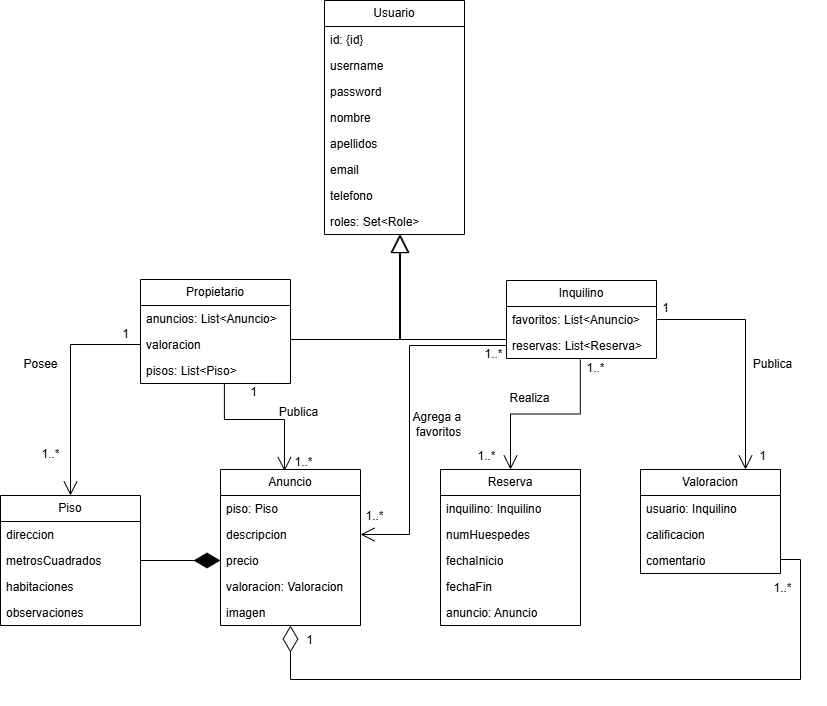
pablocamara9/Flatbnb keeps this draw.io diagram as Modelo de datos flatbnb.png. Above is the earlier version. Source tidied: cells renumbered, new cells last; positions are measured from the earlier drawing's top-left corner, leaving out a move shared by most shapes.
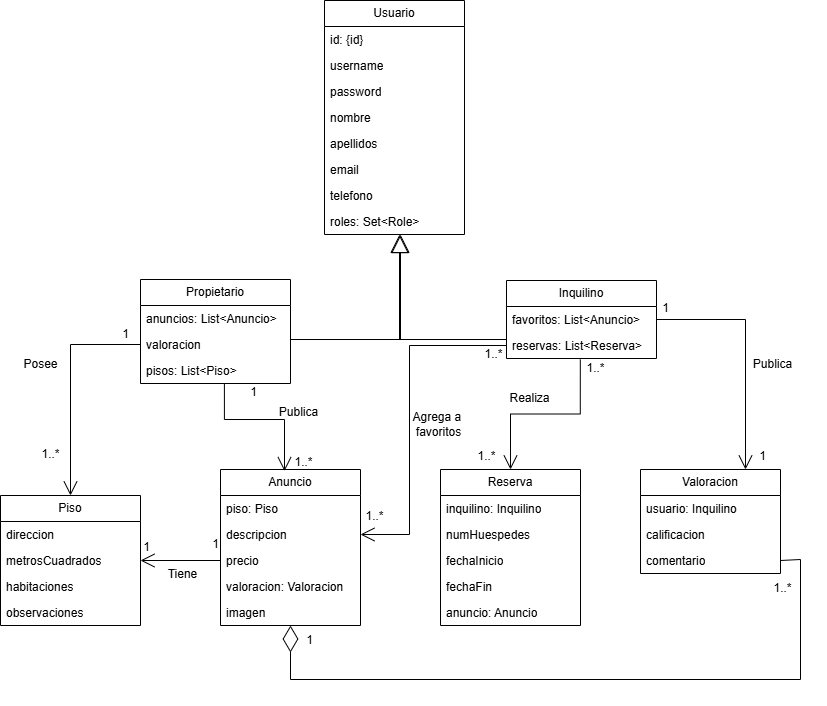
The same file after the commit.

Commit message:
Cambio en el modelo de datos.

Change to the diagram source:
```diff
@@ -164,9 +164,6 @@
     <mxCell id="48" value="Publica" style="text;html=1;align=center;verticalAlign=middle;strokeColor=none;fillColor=none;" parent="1" vertex="1">
       <mxGeometry x="268" y="397" width="60" height="30" as="geometry" />
     </mxCell>
-    <mxCell id="49" style="endArrow=diamondThin;endFill=1;endSize=24;html=1;rounded=0;entryX=0;entryY=0.5;entryDx=0;entryDy=0;exitX=1;exitY=0.5;exitDx=0;exitDy=0;" parent="1" edge="1" source="22" target="28">
-      <mxGeometry relative="1" as="geometry" />
-    </mxCell>
     <mxCell id="50" style="endArrow=open;endFill=1;endSize=12;html=1;rounded=0;entryX=0.75;entryY=0;entryDx=0;entryDy=0;exitX=1;exitY=0.5;exitDx=0;exitDy=0;edgeStyle=orthogonalEdgeStyle;" parent="1" edge="1" source="16" target="37">
       <mxGeometry relative="1" as="geometry" />
     </mxCell>
@@ -224,5 +221,17 @@
     <mxCell id="64" value="1..*" style="text;html=1;align=center;verticalAlign=middle;strokeColor=none;fillColor=none;" parent="1" vertex="1">
       <mxGeometry x="354" y="501" width="40" height="30" as="geometry" />
     </mxCell>
+    <mxCell id="65" style="endArrow=open;endFill=1;endSize=12;html=1;rounded=0;entryX=1;entryY=0.5;entryDx=0;entryDy=0;exitX=0;exitY=0.5;exitDx=0;exitDy=0;" parent="1" edge="1" source="28" target="22">
+      <mxGeometry relative="1" as="geometry" />
+    </mxCell>
+    <mxCell id="66" value="1" style="text;html=1;align=center;verticalAlign=middle;strokeColor=none;fillColor=none;" parent="1" vertex="1">
+      <mxGeometry x="131" y="532" width="30" height="30" as="geometry" />
+    </mxCell>
+    <mxCell id="67" value="1" style="text;html=1;align=center;verticalAlign=middle;strokeColor=none;fillColor=none;" parent="1" vertex="1">
+      <mxGeometry x="200" y="529" width="30" height="30" as="geometry" />
+    </mxCell>
+    <mxCell id="68" value="Tiene" style="text;html=1;align=center;verticalAlign=middle;strokeColor=none;fillColor=none;" parent="1" vertex="1">
+      <mxGeometry x="157" y="559" width="50" height="30" as="geometry" />
+    </mxCell>
   </root>
 </mxGraphModel>
```
